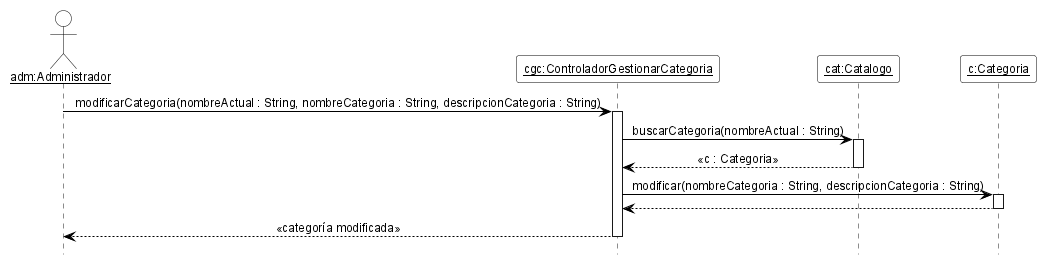
The PlantUML diagram 08-Diagrama De Secuencia/DSD_CU-03_modificarCategoria.png in cirotop/Stock-Project, before a commit.
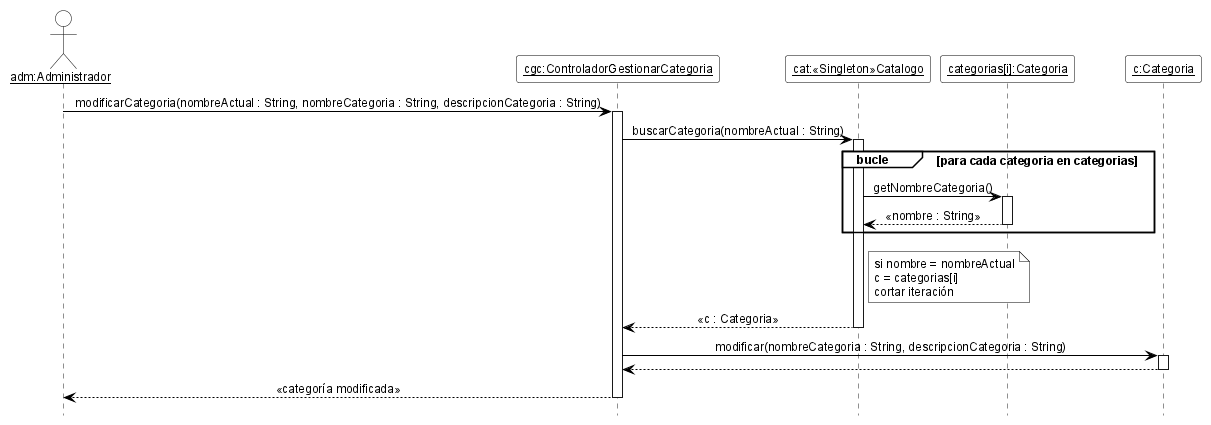
Later version of the same file.

Change to the diagram source:
```diff
@@ -7,6 +7,8 @@
 skinparam ArrowColor black
 skinparam ParticipantBackgroundColor white
 skinparam ParticipantBorderColor black
+skinparam CollectionsBackgroundColor white
+skinparam CollectionsBorderColor black
 skinparam ActorBackgroundColor white
 skinparam ActorBorderColor black
 skinparam LifeLineBorderColor black
@@ -19,11 +21,21 @@
 
 actor "<u>adm:Administrador</u>" as adm
 participant "<u>cgc:ControladorGestionarCategoria</u>" as cgc
-participant "<u>cat:Catalogo</u>" as cat
+participant "<u>cat:«Singleton»Catalogo</u>" as cat
+participant "<u>categorias[i]:Categoria</u>" as ci
 participant "<u>c:Categoria</u>" as c
 
 adm -> cgc ++ : modificarCategoria(nombreActual : String, nombreCategoria : String, descripcionCategoria : String)
 cgc -> cat ++ : buscarCategoria(nombreActual : String)
+group bucle [para cada categoria en categorias]
+  cat -> ci ++ : getNombreCategoria()
+  ci --> cat -- : «nombre : String»
+end
+note right of cat
+  si nombre = nombreActual
+  c = categorias[i]
+  cortar iteración
+end note
 cat --> cgc -- : «c : Categoria»
 cgc -> c ++ : modificar(nombreCategoria : String, descripcionCategoria : String)
 c --> cgc --
```
